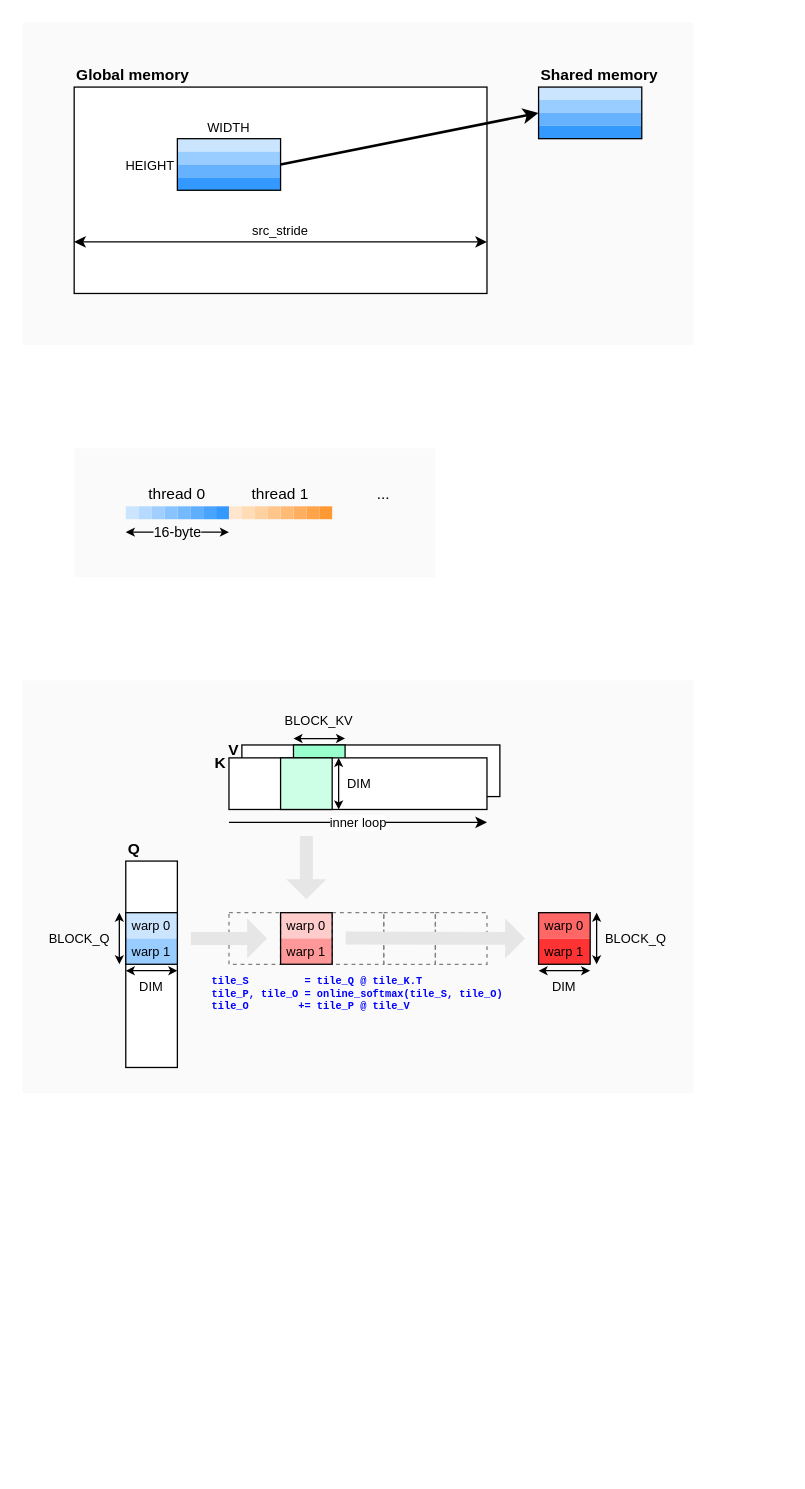
Before: content/posts/20250812-fa-5090/diagrams.drawio in gau-nernst/gau-nernst.github.io, a draw.io diagram. Source tidied: cells renumbered, new cells numbered last; positions are measured from the earlier drawing's top-left corner, leaving out a move shared by most shapes. Both pictures are drawn from the tidied source at 129%, with x=0, y=0 at pixel (22, 22).
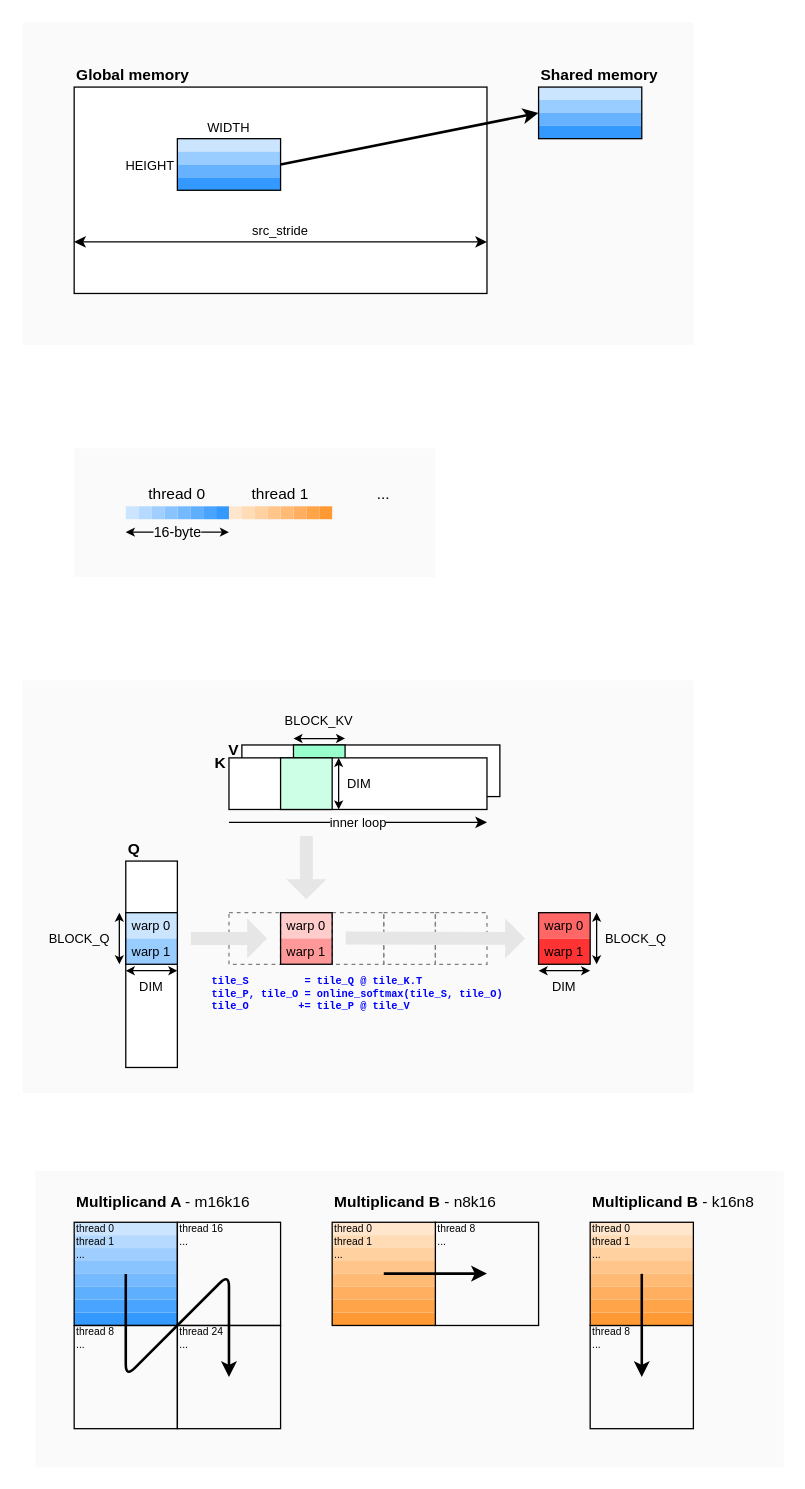
After the change.

The edit, as a diff of the source:
```diff
@@
+    <mxCell id="87" style="rounded=0;whiteSpace=wrap;html=1;strokeColor=none;fillColor=#FAFAFA;" parent="1" vertex="1">
+      <mxGeometry x="10" y="890" width="580" height="230" as="geometry" />
+    </mxCell>
+    <mxCell id="88" value="&lt;b&gt;Multiplicand A &lt;/b&gt;- m16k16" style="text;html=1;align=left;verticalAlign=middle;whiteSpace=wrap;rounded=0;" parent="1" vertex="1">
+      <mxGeometry x="40" y="900" width="140" height="30" as="geometry" />
+    </mxCell>
+    <mxCell id="89" value="&lt;b&gt;Multiplicand B&lt;/b&gt; - n8k16" style="text;html=1;align=left;verticalAlign=middle;whiteSpace=wrap;rounded=0;" parent="1" vertex="1">
+      <mxGeometry x="240" y="900" width="150" height="30" as="geometry" />
+    </mxCell>
+    <mxCell id="90" value="&lt;b&gt;Multiplicand B&lt;/b&gt; - k16n8" style="text;html=1;align=left;verticalAlign=middle;whiteSpace=wrap;rounded=0;" parent="1" vertex="1">
+      <mxGeometry x="440" y="900" width="150" height="30" as="geometry" />
+    </mxCell>
+    <mxCell id="91" value="thread 16" style="text;html=1;align=left;verticalAlign=middle;whiteSpace=wrap;rounded=0;fontSize=8;" parent="1" vertex="1">
+      <mxGeometry x="120" y="930" width="50" height="10" as="geometry" />
+    </mxCell>
+    <mxCell id="92" value="thread 8" style="text;html=1;align=left;verticalAlign=middle;whiteSpace=wrap;rounded=0;fontSize=8;" parent="1" vertex="1">
+      <mxGeometry x="40" y="1010" width="50" height="10" as="geometry" />
+    </mxCell>
+    <mxCell id="93" value="..." style="text;html=1;align=left;verticalAlign=middle;whiteSpace=wrap;rounded=0;fontSize=8;" parent="1" vertex="1">
+      <mxGeometry x="40" y="1020" width="50" height="10" as="geometry" />
+    </mxCell>
+    <mxCell id="94" value="..." style="text;html=1;align=left;verticalAlign=middle;whiteSpace=wrap;rounded=0;fontSize=8;" parent="1" vertex="1">
+      <mxGeometry x="120" y="940" width="50" height="10" as="geometry" />
+    </mxCell>
+    <mxCell id="95" value="thread 24" style="text;html=1;align=left;verticalAlign=middle;whiteSpace=wrap;rounded=0;fontSize=8;" parent="1" vertex="1">
+      <mxGeometry x="120" y="1010" width="50" height="10" as="geometry" />
+    </mxCell>
+    <mxCell id="96" value="..." style="text;html=1;align=left;verticalAlign=middle;whiteSpace=wrap;rounded=0;fontSize=8;" parent="1" vertex="1">
+      <mxGeometry x="120" y="1020" width="50" height="10" as="geometry" />
+    </mxCell>
+    <mxCell id="97" style="rounded=0;whiteSpace=wrap;html=1;strokeColor=none;fillColor=#CCE5FF;" parent="1" vertex="1">
+      <mxGeometry x="40" y="930" width="80" height="10" as="geometry" />
+    </mxCell>
+    <mxCell id="98" style="rounded=0;whiteSpace=wrap;html=1;strokeColor=none;fillColor=#B6DAFF;" parent="1" vertex="1">
+      <mxGeometry x="40" y="940" width="80" height="10" as="geometry" />
+    </mxCell>
+    <mxCell id="99" style="rounded=0;whiteSpace=wrap;html=1;strokeColor=none;fillColor=#A0CFFF;" parent="1" vertex="1">
+      <mxGeometry x="40" y="950" width="80" height="10" as="geometry" />
+    </mxCell>
+    <mxCell id="100" style="rounded=0;whiteSpace=wrap;html=1;strokeColor=none;fillColor=#3399FF;" parent="1" vertex="1">
+      <mxGeometry x="40" y="1000" width="80" height="10" as="geometry" />
+    </mxCell>
+    <mxCell id="101" style="rounded=0;whiteSpace=wrap;html=1;strokeColor=none;fillColor=#49A4FF;" parent="1" vertex="1">
+      <mxGeometry x="40" y="990" width="80" height="10" as="geometry" />
+    </mxCell>
+    <mxCell id="102" style="rounded=0;whiteSpace=wrap;html=1;strokeColor=none;fillColor=#5FAFFF;" parent="1" vertex="1">
+      <mxGeometry x="40" y="980" width="80" height="10" as="geometry" />
+    </mxCell>
+    <mxCell id="103" style="rounded=0;whiteSpace=wrap;html=1;strokeColor=none;fillColor=#75BAFF;" parent="1" vertex="1">
+      <mxGeometry x="40" y="970" width="80" height="10" as="geometry" />
+    </mxCell>
+    <mxCell id="104" style="rounded=0;whiteSpace=wrap;html=1;strokeColor=none;fillColor=#8AC4FF;" parent="1" vertex="1">
+      <mxGeometry x="40" y="960" width="80" height="10" as="geometry" />
+    </mxCell>
+    <mxCell id="105" value="thread 0" style="text;html=1;align=left;verticalAlign=middle;whiteSpace=wrap;rounded=0;fontSize=8;" parent="1" vertex="1">
+      <mxGeometry x="40" y="930" width="50" height="10" as="geometry" />
+    </mxCell>
+    <mxCell id="106" value="thread 1" style="text;html=1;align=left;verticalAlign=middle;whiteSpace=wrap;rounded=0;fontSize=8;" parent="1" vertex="1">
+      <mxGeometry x="40" y="940" width="50" height="10" as="geometry" />
+    </mxCell>
+    <mxCell id="107" value="..." style="text;html=1;align=left;verticalAlign=middle;whiteSpace=wrap;rounded=0;fontSize=8;" parent="1" vertex="1">
+      <mxGeometry x="40" y="950" width="50" height="10" as="geometry" />
+    </mxCell>
+    <mxCell id="108" style="rounded=0;whiteSpace=wrap;html=1;fillColor=none;" parent="1" vertex="1">
+      <mxGeometry x="40" y="930" width="80" height="80" as="geometry" />
+    </mxCell>
+    <mxCell id="109" style="rounded=0;whiteSpace=wrap;html=1;fillColor=none;" parent="1" vertex="1">
+      <mxGeometry x="40" y="1010" width="80" height="80" as="geometry" />
+    </mxCell>
+    <mxCell id="110" style="rounded=0;whiteSpace=wrap;html=1;fillColor=none;" parent="1" vertex="1">
+      <mxGeometry x="120" y="930" width="80" height="80" as="geometry" />
+    </mxCell>
+    <mxCell id="111" style="rounded=0;whiteSpace=wrap;html=1;fillColor=none;" parent="1" vertex="1">
+      <mxGeometry x="120" y="1010" width="80" height="80" as="geometry" />
+    </mxCell>
+    <mxCell id="112" style="endArrow=classic;html=1;rounded=1;curved=0;jumpSize=6;strokeWidth=2;" parent="1" edge="1">
+      <mxGeometry relative="1" as="geometry">
+        <mxPoint x="80" y="970" as="sourcePoint" />
+        <mxPoint x="160" y="1050" as="targetPoint" />
+        <Array as="points">
+          <mxPoint x="80" y="1050" />
+          <mxPoint x="160" y="970" />
+        </Array>
+      </mxGeometry>
+    </mxCell>
+    <mxCell id="113" style="rounded=0;whiteSpace=wrap;html=1;fillColor=none;" parent="1" vertex="1">
+      <mxGeometry x="320" y="930" width="80" height="80" as="geometry" />
+    </mxCell>
+    <mxCell id="114" style="rounded=0;whiteSpace=wrap;html=1;fillColor=none;" parent="1" vertex="1">
+      <mxGeometry x="440" y="1010" width="80" height="80" as="geometry" />
+    </mxCell>
+    <mxCell id="115" style="rounded=0;whiteSpace=wrap;html=1;strokeColor=none;fillColor=#FFE6CC;" parent="1" vertex="1">
+      <mxGeometry x="240" y="930" width="80" height="10" as="geometry" />
+    </mxCell>
+    <mxCell id="116" style="rounded=0;whiteSpace=wrap;html=1;strokeColor=none;fillColor=#FFDBB6;" parent="1" vertex="1">
+      <mxGeometry x="240" y="940" width="80" height="10" as="geometry" />
+    </mxCell>
+    <mxCell id="117" style="rounded=0;whiteSpace=wrap;html=1;strokeColor=none;fillColor=#FFD0A0;" parent="1" vertex="1">
+      <mxGeometry x="240" y="950" width="80" height="10" as="geometry" />
+    </mxCell>
+    <mxCell id="118" style="rounded=0;whiteSpace=wrap;html=1;strokeColor=none;fillColor=#FF9933;" parent="1" vertex="1">
+      <mxGeometry x="240" y="1000" width="80" height="10" as="geometry" />
+    </mxCell>
+    <mxCell id="119" style="rounded=0;whiteSpace=wrap;html=1;strokeColor=none;fillColor=#FFA449;" parent="1" vertex="1">
+      <mxGeometry x="240" y="990" width="80" height="10" as="geometry" />
+    </mxCell>
+    <mxCell id="120" style="rounded=0;whiteSpace=wrap;html=1;strokeColor=none;fillColor=#FFAF5F;" parent="1" vertex="1">
+      <mxGeometry x="240" y="980" width="80" height="10" as="geometry" />
+    </mxCell>
+    <mxCell id="121" style="rounded=0;whiteSpace=wrap;html=1;strokeColor=none;fillColor=#FFBA75;" parent="1" vertex="1">
+      <mxGeometry x="240" y="970" width="80" height="10" as="geometry" />
+    </mxCell>
+    <mxCell id="122" style="rounded=0;whiteSpace=wrap;html=1;strokeColor=none;fillColor=#FFC58A;" parent="1" vertex="1">
+      <mxGeometry x="240" y="960" width="80" height="10" as="geometry" />
+    </mxCell>
+    <mxCell id="123" value="thread 0" style="text;html=1;align=left;verticalAlign=middle;whiteSpace=wrap;rounded=0;fontSize=8;" parent="1" vertex="1">
+      <mxGeometry x="240" y="930" width="50" height="10" as="geometry" />
+    </mxCell>
+    <mxCell id="124" value="thread 1" style="text;html=1;align=left;verticalAlign=middle;whiteSpace=wrap;rounded=0;fontSize=8;" parent="1" vertex="1">
+      <mxGeometry x="240" y="940" width="50" height="10" as="geometry" />
+    </mxCell>
+    <mxCell id="125" value="..." style="text;html=1;align=left;verticalAlign=middle;whiteSpace=wrap;rounded=0;fontSize=8;" parent="1" vertex="1">
+      <mxGeometry x="240" y="950" width="50" height="10" as="geometry" />
+    </mxCell>
+    <mxCell id="126" style="rounded=0;whiteSpace=wrap;html=1;fillColor=none;" parent="1" vertex="1">
+      <mxGeometry x="240" y="930" width="80" height="80" as="geometry" />
+    </mxCell>
+    <mxCell id="127" style="endArrow=classic;html=1;rounded=1;exitX=0.5;exitY=0.5;exitDx=0;exitDy=0;exitPerimeter=0;entryX=0.5;entryY=0.5;entryDx=0;entryDy=0;entryPerimeter=0;strokeWidth=2;curved=0;" parent="1" edge="1">
+      <mxGeometry relative="1" as="geometry">
+        <mxPoint x="280" y="969.8" as="sourcePoint" />
+        <mxPoint x="360" y="969.8" as="targetPoint" />
+      </mxGeometry>
+    </mxCell>
+    <mxCell id="128" value="thread 8" style="text;html=1;align=left;verticalAlign=middle;whiteSpace=wrap;rounded=0;fontSize=8;" parent="1" vertex="1">
+      <mxGeometry x="320" y="930" width="50" height="10" as="geometry" />
+    </mxCell>
+    <mxCell id="129" value="..." style="text;html=1;align=left;verticalAlign=middle;whiteSpace=wrap;rounded=0;fontSize=8;" parent="1" vertex="1">
+      <mxGeometry x="320" y="940" width="50" height="10" as="geometry" />
+    </mxCell>
+    <mxCell id="130" style="rounded=0;whiteSpace=wrap;html=1;strokeColor=none;fillColor=#FFE6CC;" parent="1" vertex="1">
+      <mxGeometry x="440" y="930" width="80" height="10" as="geometry" />
+    </mxCell>
+    <mxCell id="131" style="rounded=0;whiteSpace=wrap;html=1;strokeColor=none;fillColor=#FFDBB6;" parent="1" vertex="1">
+      <mxGeometry x="440" y="940" width="80" height="10" as="geometry" />
+    </mxCell>
+    <mxCell id="132" style="rounded=0;whiteSpace=wrap;html=1;strokeColor=none;fillColor=#FFD0A0;" parent="1" vertex="1">
+      <mxGeometry x="440" y="950" width="80" height="10" as="geometry" />
+    </mxCell>
+    <mxCell id="133" style="rounded=0;whiteSpace=wrap;html=1;strokeColor=none;fillColor=#FF9933;" parent="1" vertex="1">
+      <mxGeometry x="440" y="1000" width="80" height="10" as="geometry" />
+    </mxCell>
+    <mxCell id="134" style="rounded=0;whiteSpace=wrap;html=1;strokeColor=none;fillColor=#FFA449;" parent="1" vertex="1">
+      <mxGeometry x="440" y="990" width="80" height="10" as="geometry" />
+    </mxCell>
+    <mxCell id="135" style="rounded=0;whiteSpace=wrap;html=1;strokeColor=none;fillColor=#FFAF5F;" parent="1" vertex="1">
+      <mxGeometry x="440" y="980" width="80" height="10" as="geometry" />
+    </mxCell>
+    <mxCell id="136" style="rounded=0;whiteSpace=wrap;html=1;strokeColor=none;fillColor=#FFBA75;" parent="1" vertex="1">
+      <mxGeometry x="440" y="970" width="80" height="10" as="geometry" />
+    </mxCell>
+    <mxCell id="137" style="rounded=0;whiteSpace=wrap;html=1;strokeColor=none;fillColor=#FFC58A;" parent="1" vertex="1">
+      <mxGeometry x="440" y="960" width="80" height="10" as="geometry" />
+    </mxCell>
+    <mxCell id="138" value="thread 0" style="text;html=1;align=left;verticalAlign=middle;whiteSpace=wrap;rounded=0;fontSize=8;" parent="1" vertex="1">
+      <mxGeometry x="440" y="930" width="50" height="10" as="geometry" />
+    </mxCell>
+    <mxCell id="139" value="thread 1" style="text;html=1;align=left;verticalAlign=middle;whiteSpace=wrap;rounded=0;fontSize=8;" parent="1" vertex="1">
+      <mxGeometry x="440" y="940" width="50" height="10" as="geometry" />
+    </mxCell>
+    <mxCell id="140" value="..." style="text;html=1;align=left;verticalAlign=middle;whiteSpace=wrap;rounded=0;fontSize=8;" parent="1" vertex="1">
+      <mxGeometry x="440" y="950" width="50" height="10" as="geometry" />
+    </mxCell>
+    <mxCell id="141" style="rounded=0;whiteSpace=wrap;html=1;fillColor=none;" parent="1" vertex="1">
+      <mxGeometry x="440" y="930" width="80" height="80" as="geometry" />
+    </mxCell>
+    <mxCell id="142" value="thread 8" style="text;html=1;align=left;verticalAlign=middle;whiteSpace=wrap;rounded=0;fontSize=8;" parent="1" vertex="1">
+      <mxGeometry x="440" y="1010" width="50" height="10" as="geometry" />
+    </mxCell>
+    <mxCell id="143" value="..." style="text;html=1;align=left;verticalAlign=middle;whiteSpace=wrap;rounded=0;fontSize=8;" parent="1" vertex="1">
+      <mxGeometry x="440" y="1020" width="50" height="10" as="geometry" />
+    </mxCell>
+    <mxCell id="144" style="endArrow=classic;html=1;rounded=1;strokeWidth=2;curved=0;" parent="1" edge="1">
+      <mxGeometry relative="1" as="geometry">
+        <mxPoint x="480" y="970" as="sourcePoint" />
+        <mxPoint x="480" y="1050" as="targetPoint" />
+      </mxGeometry>
+    </mxCell>
```
